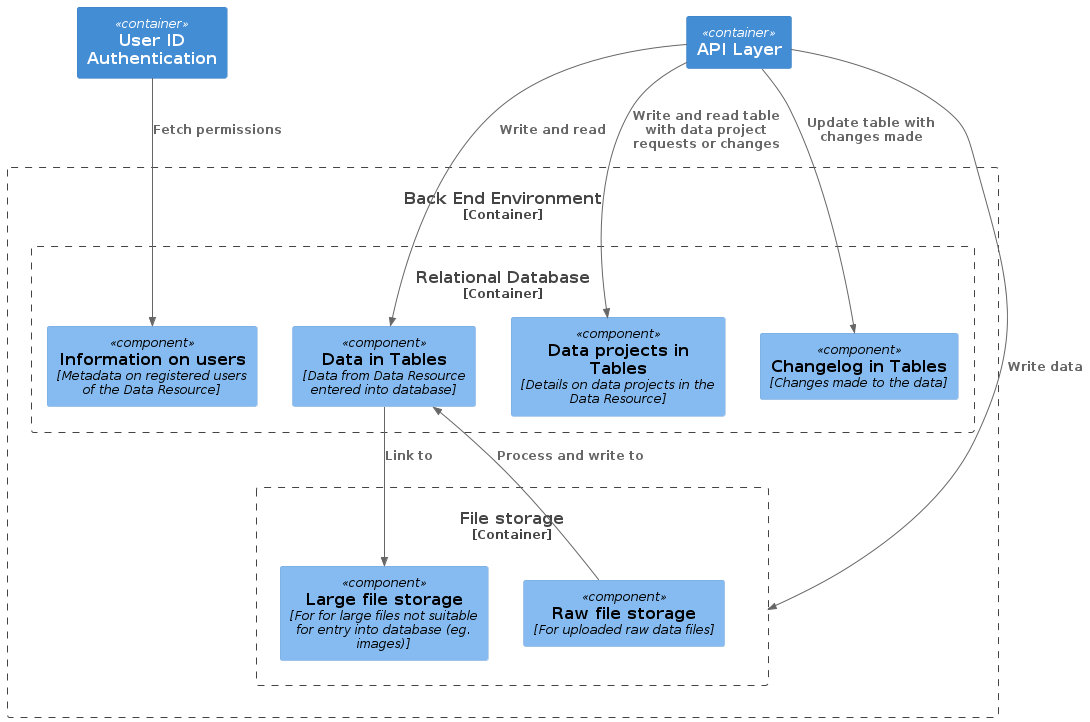
The PlantUML diagram design/images/component-backend.png in seedcase-project/seedcase-website, before a commit.
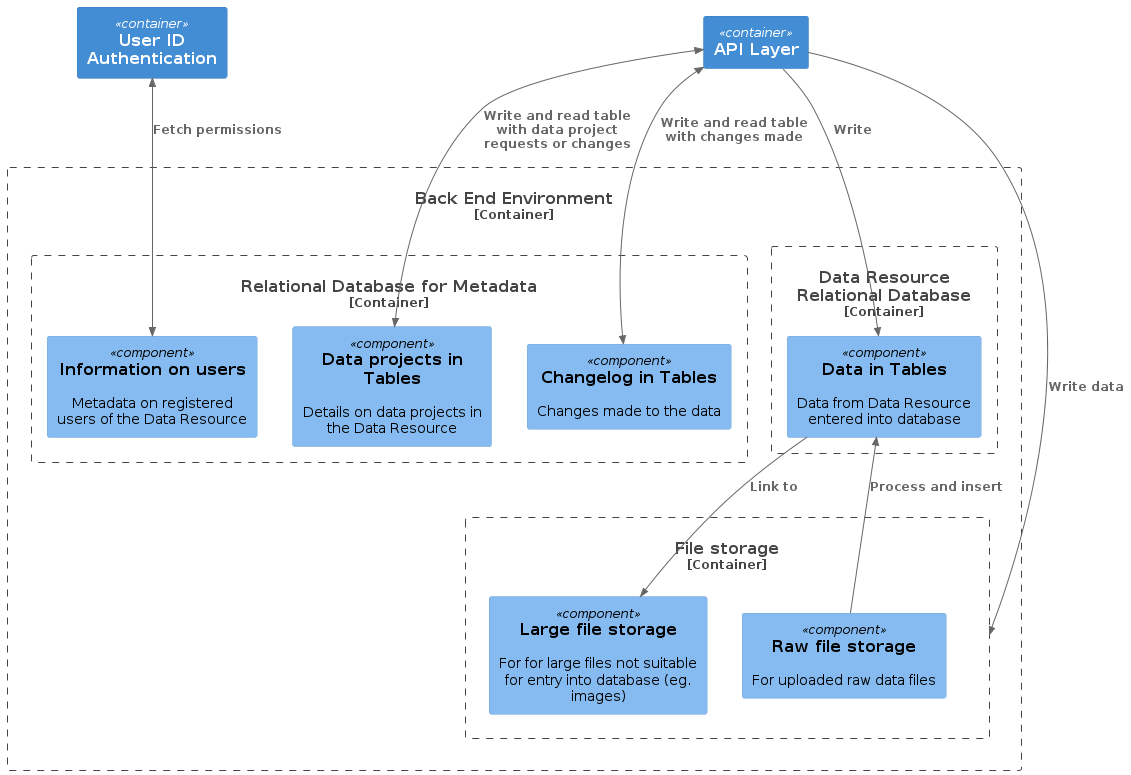
The same diagram one commit later.

Change to the diagram source:
```diff
@@ -1,33 +1,34 @@
 @startuml
-!includeurl https://raw.githubusercontent.com/RicardoNiepel/C4-PlantUML/master/C4_Component.puml
+!include  https://raw.githubusercontent.com/plantuml-stdlib/C4-PlantUML/master/C4_Component.puml
 
 
 Container(uia, "User ID Authentication")
 Container(api, "API Layer")
 
 Container_Boundary(bee, "Back End Environment") {
-  Container_Boundary(rdb, "Relational Database") {
-    Component(dt, "Data in Tables", "Data from Data Resource entered into database")
-    Component(data_projects, "Data projects in Tables", "Details on data projects in the Data Resource")
-    Component(changelog, "Changelog in Tables", "Changes made to the data")
-    Component(user_info, "Information on users", "Metadata on registered users of the Data Resource")
+  Container_Boundary(rdb_metadata, "Relational Database for Metadata") {
+    Component(data_projects, "Data projects in Tables", $descr="Details on data projects in the Data Resource")
+    Component(changelog, "Changelog in Tables", $descr="Changes made to the data")
+    Component(user_info, "Information on users", $descr="Metadata on registered users of the Data Resource")
+  }
+  Container_Boundary(rdb_data, "Data Resource\nRelational Database") {
+    Component(dt, "Data in Tables", $descr="Data from Data Resource entered into database")
   }
   Container_Boundary(fs, "File storage") {
-    Component(raw_file, "Raw file storage", "For uploaded raw data files")
-    Component(large_file, "Large file storage", "For for large files not suitable for entry into database (eg. images)")
+    Component(raw_file, "Raw file storage", $descr="For uploaded raw data files")
+    Component(large_file, "Large file storage", $descr="For for large files not suitable for entry into database (eg. images)")
   }
 }
 
 Rel(api, fs, "Write data")
 
-Rel(api, dt, "Write and read")
-Rel(api, changelog, "Update table with changes made")
-Rel(api, data_projects, "Write and read table with data project requests or changes")
+Rel(api, dt, "Write")
+BiRel(api, changelog, "Write and read table with changes made")
+BiRel(api, data_projects, "Write and read table with data project requests or changes")
 
-Rel(raw_file, dt, "Process and write to")
+Rel(raw_file, dt, "Process and insert")
 Rel(dt, large_file, "Link to")
 
-Rel(uia, user_info, "Fetch permissions")
-
+BiRel(uia, user_info, "Fetch permissions")
 
 @enduml
```
